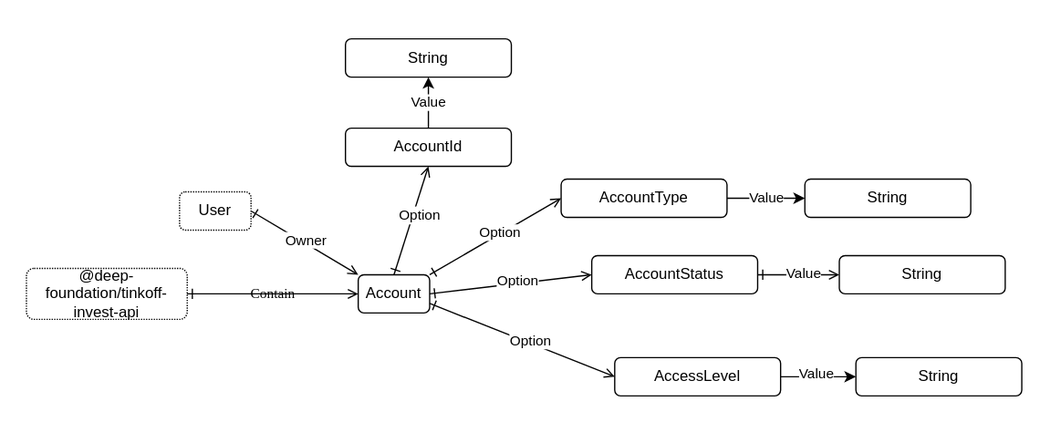
Earlier version of the draw.io export src/account/Account.drawio.svg (suenot/deep-tinkoff-invest-api). Source tidied: cells renumbered, new cells last; positions are measured from the earlier drawing's top-left corner, leaving out a move shared by most shapes.
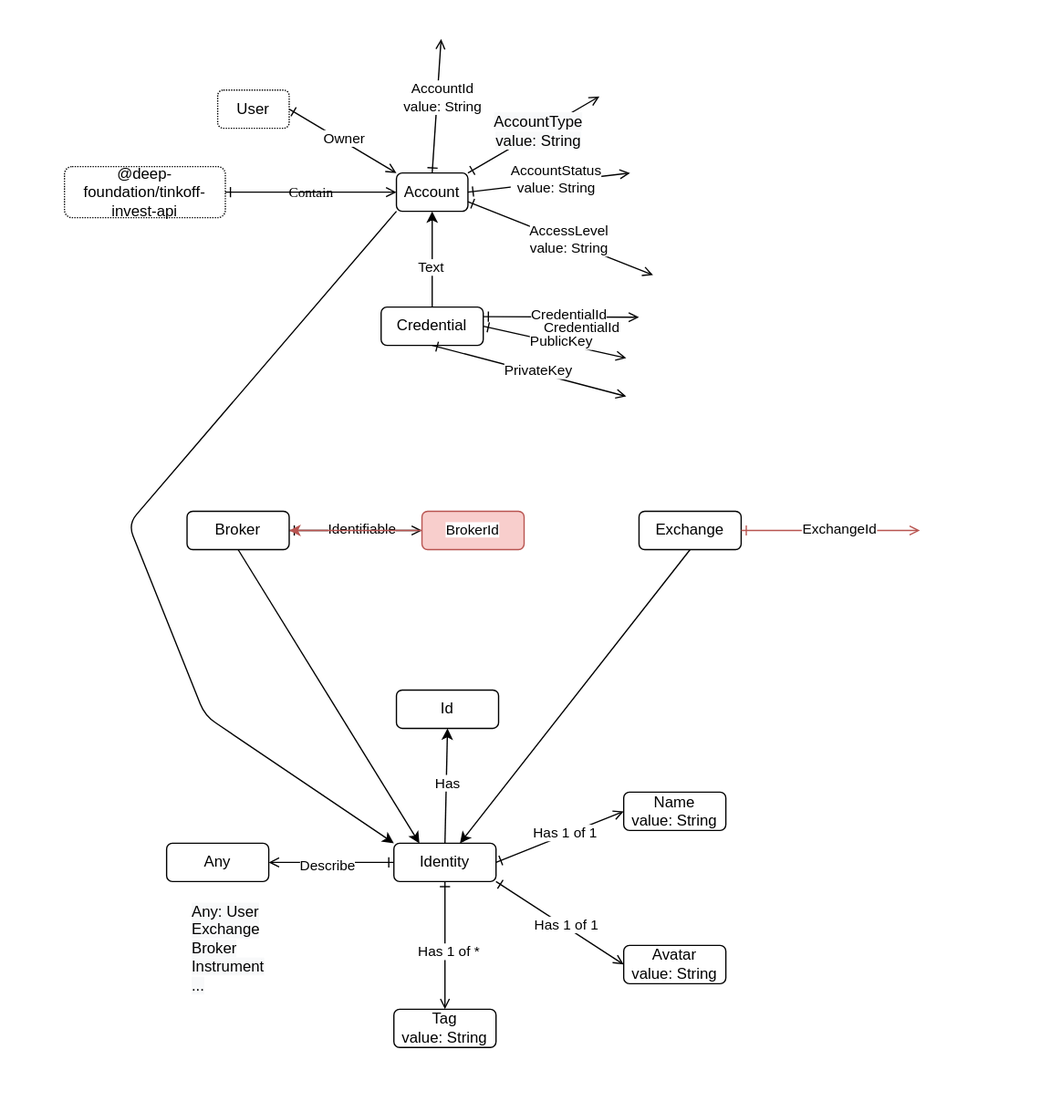
The same file after the commit.

What changed in the source:
```diff
@@ -3,7 +3,7 @@
     <mxCell id="0" />
     <mxCell id="1" parent="0" />
     <mxCell id="2" style="rounded=0;whiteSpace=wrap;html=1;strokeColor=none;" parent="1" vertex="1">
-      <mxGeometry width="830" height="330" as="geometry" />
+      <mxGeometry x="-30" y="80" width="830" height="870" as="geometry" />
     </mxCell>
     <mxCell id="3" style="edgeStyle=none;html=1;exitX=1;exitY=0.5;exitDx=0;exitDy=0;startArrow=ERone;startFill=0;entryX=0;entryY=0;entryDx=0;entryDy=0;endArrow=open;endFill=0;" parent="1" edge="1" source="5" target="9">
       <mxGeometry relative="1" as="geometry" />
@@ -14,83 +14,182 @@
     <mxCell id="5" value="User" style="rounded=1;whiteSpace=wrap;html=1;labelBackgroundColor=none;dashed=1;dashPattern=1 1;" parent="1" vertex="1">
       <mxGeometry x="140" y="150" width="56" height="30" as="geometry" />
     </mxCell>
-    <mxCell id="6" style="edgeStyle=none;html=1;exitX=0.5;exitY=0;exitDx=0;exitDy=0;entryX=0.5;entryY=1;entryDx=0;entryDy=0;startArrow=ERone;startFill=0;endArrow=open;endFill=0;" parent="1" edge="1" source="9" target="11">
-      <mxGeometry relative="1" as="geometry" />
+    <mxCell id="6" style="edgeStyle=none;html=1;exitX=0.5;exitY=0;exitDx=0;exitDy=0;entryX=0.5;entryY=1;entryDx=0;entryDy=0;startArrow=ERone;startFill=0;endArrow=open;endFill=0;" parent="1" edge="1" source="9">
+      <mxGeometry relative="1" as="geometry">
+        <mxPoint x="315" y="110" as="targetPoint" />
+      </mxGeometry>
     </mxCell>
     <mxCell id="7" value="Id" style="edgeLabel;html=1;align=center;verticalAlign=middle;" parent="6" vertex="1">
       <mxGeometry x="0.08" y="2" relative="1" as="geometry" />
     </mxCell>
-    <mxCell id="8" value="Option" style="edgeLabel;html=1;align=center;verticalAlign=middle;" parent="6" vertex="1">
+    <mxCell id="8" value="AccountId&lt;br&gt;value: String" style="edgeLabel;html=1;align=center;verticalAlign=middle;" parent="6" vertex="1">
       <mxGeometry x="0.14" y="-4" relative="1" as="geometry" />
     </mxCell>
+    <mxCell id="32" style="edgeStyle=none;html=1;exitX=0;exitY=1;exitDx=0;exitDy=0;entryX=0;entryY=0;entryDx=0;entryDy=0;" parent="1" edge="1" source="9" target="52">
+      <mxGeometry relative="1" as="geometry">
+        <Array as="points">
+          <mxPoint x="70" y="490" />
+          <mxPoint x="130" y="640" />
+        </Array>
+      </mxGeometry>
+    </mxCell>
     <mxCell id="9" value="Account" style="rounded=1;whiteSpace=wrap;html=1;labelBackgroundColor=none;" parent="1" vertex="1">
       <mxGeometry x="280" y="215" width="56" height="30" as="geometry" />
     </mxCell>
-    <mxCell id="10" value="Value" style="edgeStyle=none;html=1;exitX=0.5;exitY=0;exitDx=0;exitDy=0;entryX=0.5;entryY=1;entryDx=0;entryDy=0;" parent="1" edge="1" source="11" target="26">
-      <mxGeometry relative="1" as="geometry" />
-    </mxCell>
-    <mxCell id="11" value="AccountId" style="rounded=1;whiteSpace=wrap;html=1;labelBackgroundColor=none;" parent="1" vertex="1">
-      <mxGeometry x="270" y="100" width="130" height="30" as="geometry" />
-    </mxCell>
     <mxCell id="12" value="@deep-foundation/tinkoff-invest-api" style="rounded=1;whiteSpace=wrap;html=1;labelBackgroundColor=none;dashed=1;dashPattern=1 1;" parent="1" vertex="1">
       <mxGeometry x="20" y="210" width="126" height="40" as="geometry" />
     </mxCell>
     <mxCell id="13" value="Contain" style="jettySize=auto;html=1;shadow=0;labelBackgroundColor=none;startArrow=ERone;startFill=0;endArrow=open;endFill=0;fontColor=#000000;fontFamily=Comic Sans MS;entryX=0;entryY=0.5;entryDx=0;entryDy=0;exitX=1;exitY=0.5;exitDx=0;exitDy=0;" parent="1" edge="1" source="12" target="9">
       <mxGeometry relative="1" as="geometry" />
     </mxCell>
-    <mxCell id="14" value="Value" style="edgeStyle=none;html=1;exitX=1;exitY=0.5;exitDx=0;exitDy=0;entryX=0;entryY=0.5;entryDx=0;entryDy=0;" parent="1" edge="1" source="15" target="29">
-      <mxGeometry relative="1" as="geometry" />
-    </mxCell>
-    <mxCell id="15" value="AccountType" style="rounded=1;whiteSpace=wrap;html=1;labelBackgroundColor=none;" parent="1" vertex="1">
-      <mxGeometry x="439" y="140" width="130" height="30" as="geometry" />
-    </mxCell>
-    <mxCell id="16" style="edgeStyle=none;html=1;entryX=0;entryY=0.5;entryDx=0;entryDy=0;startArrow=ERone;startFill=0;endArrow=open;endFill=0;exitX=1;exitY=0;exitDx=0;exitDy=0;" parent="1" edge="1" source="9" target="15">
-      <mxGeometry relative="1" as="geometry" />
+    <mxCell id="16" style="edgeStyle=none;html=1;entryX=0;entryY=0.5;entryDx=0;entryDy=0;startArrow=ERone;startFill=0;endArrow=open;endFill=0;exitX=1;exitY=0;exitDx=0;exitDy=0;" parent="1" edge="1" source="9">
+      <mxGeometry relative="1" as="geometry">
+        <mxPoint x="439" y="155" as="targetPoint" />
+      </mxGeometry>
     </mxCell>
-    <mxCell id="17" value="Option" style="edgeLabel;html=1;align=center;verticalAlign=middle;" parent="16" vertex="1">
+    <mxCell id="17" value="&lt;span style=&quot;font-size: 12px ; background-color: rgb(248 , 249 , 250)&quot;&gt;AccountType&lt;br&gt;value: String&lt;br&gt;&lt;/span&gt;" style="edgeLabel;html=1;align=center;verticalAlign=middle;" parent="16" vertex="1">
       <mxGeometry x="0.08" y="2" relative="1" as="geometry" />
     </mxCell>
-    <mxCell id="18" value="AccountStatus" style="rounded=1;whiteSpace=wrap;html=1;labelBackgroundColor=none;" parent="1" vertex="1">
-      <mxGeometry x="463" y="200" width="130" height="30" as="geometry" />
-    </mxCell>
-    <mxCell id="19" style="edgeStyle=none;html=1;entryX=0;entryY=0.5;entryDx=0;entryDy=0;startArrow=ERone;startFill=0;endArrow=open;endFill=0;exitX=1;exitY=0.5;exitDx=0;exitDy=0;" parent="1" edge="1" source="9" target="18">
-      <mxGeometry relative="1" as="geometry" />
+    <mxCell id="19" style="edgeStyle=none;html=1;entryX=0;entryY=0.5;entryDx=0;entryDy=0;startArrow=ERone;startFill=0;endArrow=open;endFill=0;exitX=1;exitY=0.5;exitDx=0;exitDy=0;" parent="1" edge="1" source="9">
+      <mxGeometry relative="1" as="geometry">
+        <mxPoint x="463" y="215" as="targetPoint" />
+      </mxGeometry>
     </mxCell>
-    <mxCell id="20" value="Option" style="edgeLabel;html=1;align=center;verticalAlign=middle;" parent="19" vertex="1">
+    <mxCell id="20" value="AccountStatus&lt;br&gt;value: String" style="edgeLabel;html=1;align=center;verticalAlign=middle;" parent="19" vertex="1">
       <mxGeometry x="0.08" y="2" relative="1" as="geometry" />
     </mxCell>
-    <mxCell id="21" style="edgeStyle=none;html=1;exitX=1;exitY=0.5;exitDx=0;exitDy=0;entryX=0;entryY=0.5;entryDx=0;entryDy=0;" parent="1" edge="1" source="23" target="28">
-      <mxGeometry relative="1" as="geometry" />
-    </mxCell>
-    <mxCell id="22" value="Value" style="edgeLabel;html=1;align=center;verticalAlign=middle;" parent="21" vertex="1">
-      <mxGeometry x="-0.08" y="3" relative="1" as="geometry" />
-    </mxCell>
-    <mxCell id="23" value="AccessLevel" style="rounded=1;whiteSpace=wrap;html=1;labelBackgroundColor=none;" parent="1" vertex="1">
-      <mxGeometry x="481" y="280" width="130" height="30" as="geometry" />
-    </mxCell>
-    <mxCell id="24" style="edgeStyle=none;html=1;entryX=0;entryY=0.5;entryDx=0;entryDy=0;startArrow=ERone;startFill=0;endArrow=open;endFill=0;exitX=1;exitY=0.75;exitDx=0;exitDy=0;" parent="1" edge="1" source="9" target="23">
-      <mxGeometry relative="1" as="geometry" />
+    <mxCell id="24" style="edgeStyle=none;html=1;entryX=0;entryY=0.5;entryDx=0;entryDy=0;startArrow=ERone;startFill=0;endArrow=open;endFill=0;exitX=1;exitY=0.75;exitDx=0;exitDy=0;" parent="1" edge="1" source="9">
+      <mxGeometry relative="1" as="geometry">
+        <mxPoint x="481" y="295" as="targetPoint" />
+      </mxGeometry>
     </mxCell>
-    <mxCell id="25" value="Option" style="edgeLabel;html=1;align=center;verticalAlign=middle;" parent="24" vertex="1">
+    <mxCell id="25" value="AccessLevel&lt;br&gt;value: String" style="edgeLabel;html=1;align=center;verticalAlign=middle;" parent="24" vertex="1">
       <mxGeometry x="0.08" y="2" relative="1" as="geometry" />
     </mxCell>
-    <mxCell id="26" value="String" style="rounded=1;whiteSpace=wrap;html=1;labelBackgroundColor=none;" parent="1" vertex="1">
-      <mxGeometry x="270" y="30" width="130" height="30" as="geometry" />
-    </mxCell>
-    <mxCell id="27" value="String" style="rounded=1;whiteSpace=wrap;html=1;labelBackgroundColor=none;" parent="1" vertex="1">
-      <mxGeometry x="657" y="200" width="130" height="30" as="geometry" />
-    </mxCell>
-    <mxCell id="28" value="String" style="rounded=1;whiteSpace=wrap;html=1;labelBackgroundColor=none;" parent="1" vertex="1">
-      <mxGeometry x="670" y="280" width="130" height="30" as="geometry" />
-    </mxCell>
-    <mxCell id="29" value="String" style="rounded=1;whiteSpace=wrap;html=1;labelBackgroundColor=none;" parent="1" vertex="1">
-      <mxGeometry x="630" y="140" width="130" height="30" as="geometry" />
-    </mxCell>
-    <mxCell id="30" style="edgeStyle=none;html=1;entryX=0;entryY=0.5;entryDx=0;entryDy=0;startArrow=ERone;startFill=0;endArrow=open;endFill=0;exitX=1;exitY=0.5;exitDx=0;exitDy=0;" parent="1" edge="1" source="18" target="27">
-      <mxGeometry relative="1" as="geometry" />
-    </mxCell>
-    <mxCell id="31" value="Value" style="edgeLabel;html=1;align=center;verticalAlign=middle;" parent="30" vertex="1">
-      <mxGeometry x="0.08" y="2" relative="1" as="geometry" />
-    </mxCell>
+    <mxCell id="33" style="edgeStyle=none;html=1;exitX=0.5;exitY=0;exitDx=0;exitDy=0;entryX=0.5;entryY=1;entryDx=0;entryDy=0;" parent="1" edge="1" source="10" target="9">
+      <mxGeometry relative="1" as="geometry" />
+    </mxCell>
+    <mxCell id="34" value="Text" style="edgeLabel;html=1;align=center;verticalAlign=middle;" parent="33" vertex="1">
+      <mxGeometry x="-0.13" y="2" relative="1" as="geometry">
+        <mxPoint y="1" as="offset" />
+      </mxGeometry>
+    </mxCell>
+    <mxCell id="10" value="Credential" style="rounded=1;whiteSpace=wrap;html=1;labelBackgroundColor=none;" parent="1" vertex="1">
+      <mxGeometry x="268" y="320" width="80" height="30" as="geometry" />
+    </mxCell>
+    <mxCell id="35" style="edgeStyle=none;html=1;startArrow=ERone;startFill=0;endArrow=open;endFill=0;exitX=1;exitY=0.5;exitDx=0;exitDy=0;" parent="1" edge="1" source="10">
+      <mxGeometry relative="1" as="geometry">
+        <mxPoint x="460" y="360" as="targetPoint" />
+      </mxGeometry>
+    </mxCell>
+    <mxCell id="36" value="PublicKey" style="edgeLabel;html=1;align=center;verticalAlign=middle;" parent="35" vertex="1">
+      <mxGeometry x="0.08" y="2" relative="1" as="geometry" />
+    </mxCell>
+    <mxCell id="37" style="edgeStyle=none;html=1;startArrow=ERone;startFill=0;endArrow=open;endFill=0;exitX=0.5;exitY=1;exitDx=0;exitDy=0;" parent="1" edge="1" source="10">
+      <mxGeometry relative="1" as="geometry">
+        <mxPoint x="460" y="390" as="targetPoint" />
+      </mxGeometry>
+    </mxCell>
+    <mxCell id="38" value="PrivateKey" style="edgeLabel;html=1;align=center;verticalAlign=middle;" parent="37" vertex="1">
+      <mxGeometry x="0.08" y="2" relative="1" as="geometry" />
+    </mxCell>
+    <mxCell id="39" style="edgeStyle=none;html=1;exitX=0.5;exitY=1;exitDx=0;exitDy=0;entryX=0.25;entryY=0;entryDx=0;entryDy=0;" parent="1" edge="1" source="40" target="52">
+      <mxGeometry relative="1" as="geometry" />
+    </mxCell>
+    <mxCell id="40" value="Broker" style="rounded=1;whiteSpace=wrap;html=1;labelBackgroundColor=none;" parent="1" vertex="1">
+      <mxGeometry x="116" y="480" width="80" height="30" as="geometry" />
+    </mxCell>
+    <mxCell id="41" style="edgeStyle=none;html=1;exitX=0.5;exitY=1;exitDx=0;exitDy=0;" parent="1" edge="1" source="42" target="52">
+      <mxGeometry relative="1" as="geometry" />
+    </mxCell>
+    <mxCell id="42" value="Exchange" style="rounded=1;whiteSpace=wrap;html=1;labelBackgroundColor=none;" parent="1" vertex="1">
+      <mxGeometry x="470" y="480" width="80" height="30" as="geometry" />
+    </mxCell>
+    <mxCell id="43" style="edgeStyle=none;html=1;startArrow=ERone;startFill=0;endArrow=open;endFill=0;exitX=1;exitY=0.25;exitDx=0;exitDy=0;" parent="1" edge="1" source="10">
+      <mxGeometry relative="1" as="geometry">
+        <mxPoint x="470" y="328" as="targetPoint" />
+      </mxGeometry>
+    </mxCell>
+    <mxCell id="44" value="CredentialId" style="edgeLabel;html=1;align=center;verticalAlign=middle;" parent="43" vertex="1">
+      <mxGeometry x="0.08" y="2" relative="1" as="geometry" />
+    </mxCell>
+    <mxCell id="45" value="CredentialId" style="edgeLabel;html=1;align=center;verticalAlign=middle;" parent="1" vertex="1">
+      <mxGeometry x="424" y="335.8" as="geometry" />
+    </mxCell>
+    <mxCell id="46" style="edgeStyle=none;html=1;startArrow=ERone;startFill=0;endArrow=open;endFill=0;exitX=1;exitY=0.5;exitDx=0;exitDy=0;" parent="1" edge="1" source="40">
+      <mxGeometry relative="1" as="geometry">
+        <mxPoint x="300" y="495" as="targetPoint" />
+      </mxGeometry>
+    </mxCell>
+    <mxCell id="47" value="Identifiable" style="edgeLabel;html=1;align=center;verticalAlign=middle;" parent="46" vertex="1">
+      <mxGeometry x="0.08" y="2" relative="1" as="geometry" />
+    </mxCell>
+    <mxCell id="48" style="edgeStyle=none;html=1;startArrow=ERone;startFill=0;endArrow=open;endFill=0;exitX=1;exitY=0.5;exitDx=0;exitDy=0;fillColor=#f8cecc;strokeColor=#b85450;" parent="1" edge="1" source="42">
+      <mxGeometry relative="1" as="geometry">
+        <mxPoint x="690" y="495" as="targetPoint" />
+      </mxGeometry>
+    </mxCell>
+    <mxCell id="49" value="ExchangeId" style="edgeLabel;html=1;align=center;verticalAlign=middle;" parent="48" vertex="1">
+      <mxGeometry x="0.08" y="2" relative="1" as="geometry" />
+    </mxCell>
+    <mxCell id="50" style="edgeStyle=none;html=1;exitX=0.5;exitY=0;exitDx=0;exitDy=0;entryX=0.5;entryY=1;entryDx=0;entryDy=0;" parent="1" edge="1" source="52" target="68">
+      <mxGeometry relative="1" as="geometry" />
+    </mxCell>
+    <mxCell id="51" value="Has" style="edgeLabel;html=1;align=center;verticalAlign=middle;" parent="50" vertex="1">
+      <mxGeometry x="0.06" relative="1" as="geometry" />
+    </mxCell>
+    <mxCell id="52" value="Identity" style="rounded=1;whiteSpace=wrap;html=1;labelBackgroundColor=none;" parent="1" vertex="1">
+      <mxGeometry x="278" y="740" width="80" height="30" as="geometry" />
+    </mxCell>
+    <mxCell id="53" style="edgeStyle=none;html=1;startArrow=ERone;startFill=0;endArrow=open;endFill=0;exitX=0.5;exitY=1;exitDx=0;exitDy=0;entryX=0.5;entryY=0;entryDx=0;entryDy=0;" parent="1" edge="1" source="52" target="55">
+      <mxGeometry relative="1" as="geometry" />
+    </mxCell>
+    <mxCell id="54" value="Has 1 of *" style="edgeLabel;html=1;align=center;verticalAlign=middle;" parent="53" vertex="1">
+      <mxGeometry x="0.08" y="2" relative="1" as="geometry" />
+    </mxCell>
+    <mxCell id="55" value="Tag&lt;br&gt;value: String" style="rounded=1;whiteSpace=wrap;html=1;labelBackgroundColor=none;" parent="1" vertex="1">
+      <mxGeometry x="278" y="870" width="80" height="30" as="geometry" />
+    </mxCell>
+    <mxCell id="56" value="Avatar&lt;br&gt;value: String" style="rounded=1;whiteSpace=wrap;html=1;labelBackgroundColor=none;" parent="1" vertex="1">
+      <mxGeometry x="458" y="820" width="80" height="30" as="geometry" />
+    </mxCell>
+    <mxCell id="57" value="Name&lt;br&gt;value: String" style="rounded=1;whiteSpace=wrap;html=1;labelBackgroundColor=none;" parent="1" vertex="1">
+      <mxGeometry x="458" y="700" width="80" height="30" as="geometry" />
+    </mxCell>
+    <mxCell id="58" style="edgeStyle=none;html=1;startArrow=ERone;startFill=0;endArrow=open;endFill=0;exitX=1;exitY=0.5;exitDx=0;exitDy=0;entryX=0;entryY=0.5;entryDx=0;entryDy=0;" parent="1" edge="1" source="52" target="57">
+      <mxGeometry relative="1" as="geometry" />
+    </mxCell>
+    <mxCell id="59" value="Has&amp;nbsp;1 of 1" style="edgeLabel;html=1;align=center;verticalAlign=middle;" parent="58" vertex="1">
+      <mxGeometry x="0.08" y="2" relative="1" as="geometry" />
+    </mxCell>
+    <mxCell id="60" style="edgeStyle=none;html=1;startArrow=ERone;startFill=0;endArrow=open;endFill=0;exitX=1;exitY=1;exitDx=0;exitDy=0;entryX=0;entryY=0.5;entryDx=0;entryDy=0;" parent="1" edge="1" source="52" target="56">
+      <mxGeometry relative="1" as="geometry" />
+    </mxCell>
+    <mxCell id="61" value="Has 1 of 1" style="edgeLabel;html=1;align=center;verticalAlign=middle;" parent="60" vertex="1">
+      <mxGeometry x="0.08" y="2" relative="1" as="geometry" />
+    </mxCell>
+    <mxCell id="62" style="edgeStyle=none;html=1;startArrow=ERone;startFill=0;endArrow=open;endFill=0;exitX=0;exitY=0.5;exitDx=0;exitDy=0;" parent="1" edge="1" source="52">
+      <mxGeometry relative="1" as="geometry">
+        <mxPoint x="180" y="755" as="targetPoint" />
+      </mxGeometry>
+    </mxCell>
+    <mxCell id="63" value="Describe" style="edgeLabel;html=1;align=center;verticalAlign=middle;" parent="62" vertex="1">
+      <mxGeometry x="0.08" y="2" relative="1" as="geometry" />
+    </mxCell>
+    <mxCell id="64" value="Any" style="rounded=1;whiteSpace=wrap;html=1;labelBackgroundColor=none;" parent="1" vertex="1">
+      <mxGeometry x="100" y="740" width="80" height="30" as="geometry" />
+    </mxCell>
+    <mxCell id="65" value="&lt;span style=&quot;color: rgb(0 , 0 , 0) ; font-family: &amp;#34;helvetica&amp;#34; ; font-size: 12px ; font-style: normal ; font-weight: 400 ; letter-spacing: normal ; text-align: center ; text-indent: 0px ; text-transform: none ; word-spacing: 0px ; background-color: rgb(248 , 249 , 250) ; display: inline ; float: none&quot;&gt;Any: User&lt;br&gt;Exchange&lt;br&gt;Broker&lt;br&gt;Instrument&lt;br&gt;...&lt;br&gt;&lt;/span&gt;" style="text;whiteSpace=wrap;html=1;" parent="1" vertex="1">
+      <mxGeometry x="118" y="780" width="160" height="100" as="geometry" />
+    </mxCell>
+    <mxCell id="66" style="edgeStyle=none;html=1;fillColor=#f8cecc;strokeColor=#b85450;" parent="1" edge="1" source="67" target="40">
+      <mxGeometry relative="1" as="geometry" />
+    </mxCell>
+    <mxCell id="67" value="&lt;span style=&quot;font-size: 11px ; background-color: rgb(255 , 255 , 255)&quot;&gt;BrokerId&lt;/span&gt;" style="rounded=1;whiteSpace=wrap;html=1;labelBackgroundColor=none;fillColor=#f8cecc;strokeColor=#b85450;" parent="1" vertex="1">
+      <mxGeometry x="300" y="480" width="80" height="30" as="geometry" />
+    </mxCell>
+    <mxCell id="68" value="Id" style="rounded=1;whiteSpace=wrap;html=1;labelBackgroundColor=none;" parent="1" vertex="1">
+      <mxGeometry x="280" y="620" width="80" height="30" as="geometry" />
+    </mxCell>
   </root>
 </mxGraphModel>
```
